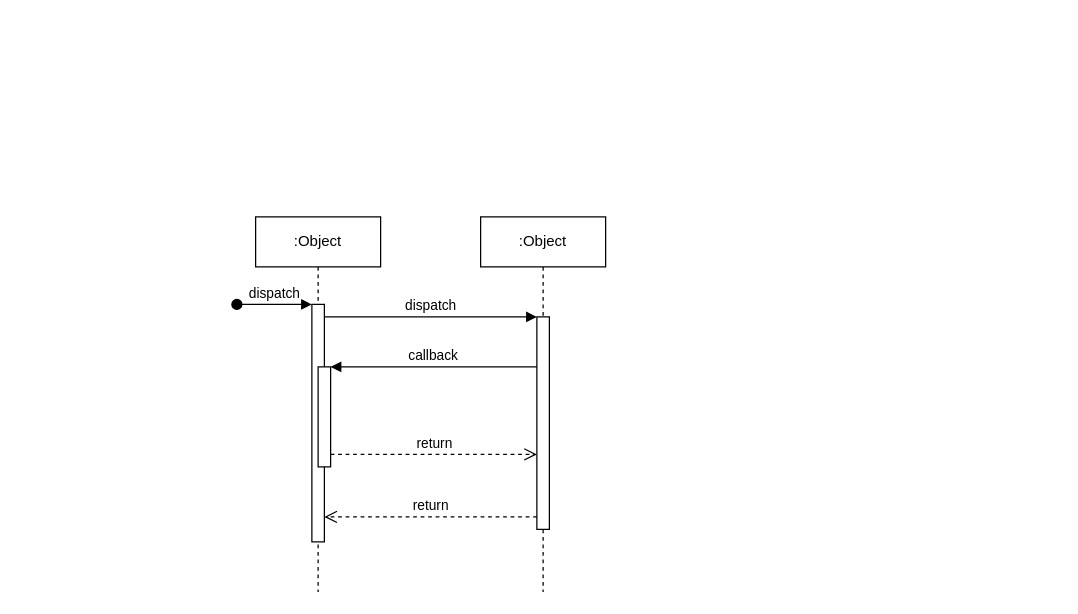
sunmiao0301/Public-Pic-Bed keeps this draw.io diagram as sequence.drawio. Above is the earlier version. Source tidied: cells renumbered, new cells numbered last; positions are measured from the earlier drawing's top-left corner, leaving out a move shared by most shapes. Both pictures are drawn from the tidied source at 125%, with x=0, y=0 at pixel (236, 216).
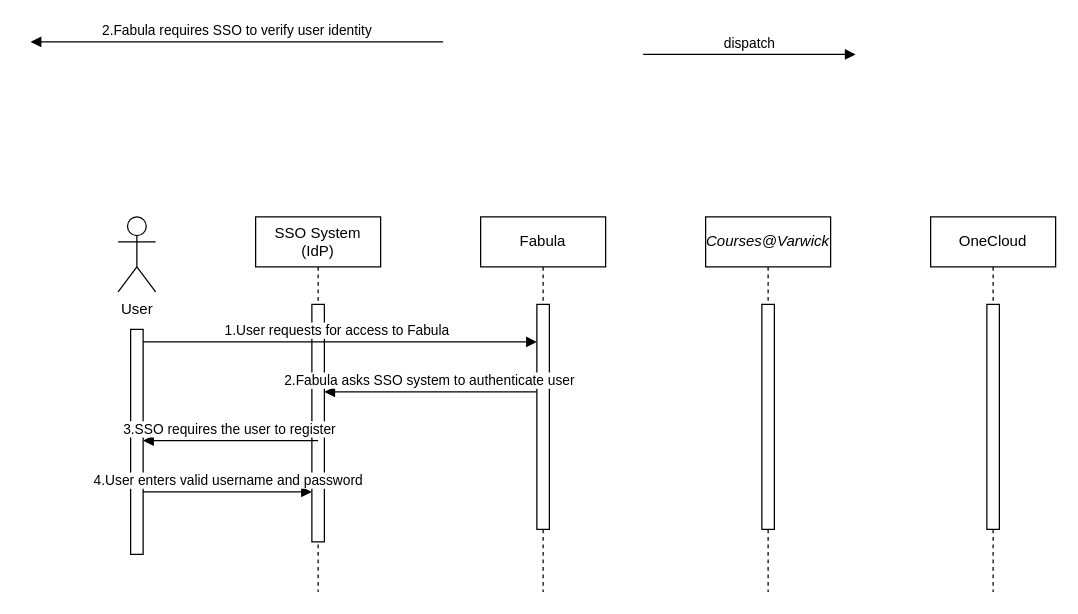
The same diagram, later.

Unchanged cells that the change refers to:
```xml
<mxCell id="3" style="html=1;points=[];perimeter=orthogonalPerimeter;outlineConnect=0;targetShapes=umlLifeline;portConstraint=eastwest;newEdgeStyle={&quot;edgeStyle&quot;:&quot;elbowEdgeStyle&quot;,&quot;elbow&quot;:&quot;vertical&quot;,&quot;curved&quot;:0,&quot;rounded&quot;:0};" parent="2" vertex="1">
  <mxGeometry x="45" y="70" width="10" height="190" as="geometry" />
</mxCell>
```

What changed in the source:
```diff
@@
-    <mxCell id="2" value=":Object" style="shape=umlLifeline;perimeter=lifelinePerimeter;whiteSpace=wrap;html=1;newEdgeStyle={&quot;edgeStyle&quot;:&quot;elbowEdgeStyle&quot;,&quot;elbow&quot;:&quot;vertical&quot;,&quot;curved&quot;:0,&quot;rounded&quot;:0};" parent="1" vertex="1">
+    <mxCell id="2" value="SSO System (IdP)" style="shape=umlLifeline;perimeter=lifelinePerimeter;whiteSpace=wrap;html=1;newEdgeStyle={&quot;edgeStyle&quot;:&quot;elbowEdgeStyle&quot;,&quot;elbow&quot;:&quot;vertical&quot;,&quot;curved&quot;:0,&quot;rounded&quot;:0};" parent="1" vertex="1">
       <mxGeometry x="15" width="100" height="300" as="geometry" />
     </mxCell>
@@
-    <mxCell id="4" value="dispatch" style="html=1;verticalAlign=bottom;startArrow=oval;endArrow=block;startSize=8;edgeStyle=elbowEdgeStyle;elbow=vertical;curved=0;rounded=0;" parent="2" edge="1" target="3">
-      <mxGeometry relative="1" as="geometry">
-        <mxPoint x="-15" y="70" as="sourcePoint" />
-      </mxGeometry>
-    </mxCell>
-    <mxCell id="5" style="html=1;points=[];perimeter=orthogonalPerimeter;outlineConnect=0;targetShapes=umlLifeline;portConstraint=eastwest;newEdgeStyle={&quot;edgeStyle&quot;:&quot;elbowEdgeStyle&quot;,&quot;elbow&quot;:&quot;vertical&quot;,&quot;curved&quot;:0,&quot;rounded&quot;:0};" parent="2" vertex="1">
-      <mxGeometry x="50" y="120" width="10" height="80" as="geometry" />
-    </mxCell>
-    <mxCell id="6" value=":Object" style="shape=umlLifeline;perimeter=lifelinePerimeter;whiteSpace=wrap;html=1;newEdgeStyle={&quot;edgeStyle&quot;:&quot;elbowEdgeStyle&quot;,&quot;elbow&quot;:&quot;vertical&quot;,&quot;curved&quot;:0,&quot;rounded&quot;:0};" parent="1" vertex="1">
+    <mxCell id="6" value="Fabula" style="shape=umlLifeline;perimeter=lifelinePerimeter;whiteSpace=wrap;html=1;newEdgeStyle={&quot;edgeStyle&quot;:&quot;elbowEdgeStyle&quot;,&quot;elbow&quot;:&quot;vertical&quot;,&quot;curved&quot;:0,&quot;rounded&quot;:0};" parent="1" vertex="1">
       <mxGeometry x="195" width="100" height="300" as="geometry" />
     </mxCell>
     <mxCell id="7" style="html=1;points=[];perimeter=orthogonalPerimeter;outlineConnect=0;targetShapes=umlLifeline;portConstraint=eastwest;newEdgeStyle={&quot;edgeStyle&quot;:&quot;elbowEdgeStyle&quot;,&quot;elbow&quot;:&quot;vertical&quot;,&quot;curved&quot;:0,&quot;rounded&quot;:0};" parent="6" vertex="1">
-      <mxGeometry x="45" y="80" width="10" height="170" as="geometry" />
+      <mxGeometry x="45" y="70" width="10" height="180" as="geometry" />
     </mxCell>
+    <mxCell id="10" value="2.Fabula asks SSO system to authenticate user" style="html=1;verticalAlign=bottom;endArrow=block;edgeStyle=elbowEdgeStyle;elbow=vertical;curved=0;rounded=0;" parent="1" edge="1" source="7" target="3">
+      <mxGeometry x="0.01" relative="1" as="geometry">
+        <Array as="points">
+          <mxPoint x="135" y="140" />
+          <mxPoint x="165" y="120" />
+        </Array>
+      </mxGeometry>
+    </mxCell>
+    <mxCell id="12" value="User" style="shape=umlActor;verticalLabelPosition=bottom;verticalAlign=top;html=1;" parent="1" vertex="1">
+      <mxGeometry x="-95" width="30" height="60" as="geometry" />
+    </mxCell>
-    <mxCell id="8" value="dispatch" style="html=1;verticalAlign=bottom;endArrow=block;edgeStyle=elbowEdgeStyle;elbow=vertical;curved=0;rounded=0;" parent="1" edge="1" source="3" target="7">
+    <mxCell id="8" value="dispatch" style="html=1;verticalAlign=bottom;endArrow=block;edgeStyle=elbowEdgeStyle;elbow=vertical;curved=0;rounded=0;" parent="1" edge="1">
       <mxGeometry relative="1" as="geometry">
+        <mxPoint x="325" y="-130" as="sourcePoint" />
+        <mxPoint x="495" y="-130" as="targetPoint" />
         <Array as="points">
-          <mxPoint x="155" y="80" />
+          <mxPoint x="410" y="-130" />
         </Array>
       </mxGeometry>
     </mxCell>
-    <mxCell id="9" value="return" style="html=1;verticalAlign=bottom;endArrow=open;dashed=1;endSize=8;edgeStyle=elbowEdgeStyle;elbow=vertical;curved=0;rounded=0;" parent="1" edge="1" source="7" target="3">
-      <mxGeometry relative="1" as="geometry">
-        <Array as="points">
-          <mxPoint x="165" y="240" />
-        </Array>
-      </mxGeometry>
-    </mxCell>
-    <mxCell id="10" value="callback" style="html=1;verticalAlign=bottom;endArrow=block;edgeStyle=elbowEdgeStyle;elbow=vertical;curved=0;rounded=0;" parent="1" edge="1" source="7" target="5">
-      <mxGeometry relative="1" as="geometry">
-        <Array as="points">
-          <mxPoint x="165" y="120" />
-        </Array>
-      </mxGeometry>
-    </mxCell>
-    <mxCell id="11" value="return" style="html=1;verticalAlign=bottom;endArrow=open;dashed=1;endSize=8;edgeStyle=elbowEdgeStyle;elbow=vertical;curved=0;rounded=0;" parent="1" edge="1" source="5" target="7">
-      <mxGeometry relative="1" as="geometry">
-        <Array as="points">
-          <mxPoint x="155" y="190" />
-        </Array>
-      </mxGeometry>
-    </mxCell>
+    <mxCell id="13" value="OneCloud" style="shape=umlLifeline;perimeter=lifelinePerimeter;whiteSpace=wrap;html=1;newEdgeStyle={&quot;edgeStyle&quot;:&quot;elbowEdgeStyle&quot;,&quot;elbow&quot;:&quot;vertical&quot;,&quot;curved&quot;:0,&quot;rounded&quot;:0};" parent="1" vertex="1">
+      <mxGeometry x="555" width="100" height="300" as="geometry" />
+    </mxCell>
+    <mxCell id="14" style="html=1;perimeter=orthogonalPerimeter;targetShapes=umlLifeline;newEdgeStyle={&quot;edgeStyle&quot;:&quot;elbowEdgeStyle&quot;,&quot;elbow&quot;:&quot;vertical&quot;,&quot;curved&quot;:0,&quot;rounded&quot;:0};" parent="13" vertex="1">
+      <mxGeometry x="45" y="70" width="10" height="180" as="geometry" />
+    </mxCell>
+    <mxCell id="15" value="&lt;i&gt;Courses@Varwick&lt;/i&gt;" style="shape=umlLifeline;perimeter=lifelinePerimeter;whiteSpace=wrap;html=1;newEdgeStyle={&quot;edgeStyle&quot;:&quot;elbowEdgeStyle&quot;,&quot;elbow&quot;:&quot;vertical&quot;,&quot;curved&quot;:0,&quot;rounded&quot;:0};" parent="1" vertex="1">
+      <mxGeometry x="375" width="100" height="300" as="geometry" />
+    </mxCell>
+    <mxCell id="16" style="html=1;perimeter=orthogonalPerimeter;targetShapes=umlLifeline;newEdgeStyle={&quot;edgeStyle&quot;:&quot;elbowEdgeStyle&quot;,&quot;elbow&quot;:&quot;vertical&quot;,&quot;curved&quot;:0,&quot;rounded&quot;:0};" parent="15" vertex="1">
+      <mxGeometry x="45" y="70" width="10" height="180" as="geometry" />
+    </mxCell>
+    <mxCell id="17" value="2.Fabula requires SSO to verify user identity" style="html=1;verticalAlign=bottom;endArrow=block;edgeStyle=elbowEdgeStyle;elbow=vertical;curved=0;rounded=0;" parent="1" edge="1">
+      <mxGeometry relative="1" as="geometry">
+        <mxPoint x="165" y="-140" as="sourcePoint" />
+        <mxPoint x="-165" y="-140" as="targetPoint" />
+        <Array as="points">
+          <mxPoint x="95" y="-140" />
+          <mxPoint x="-55" y="120" />
+        </Array>
+      </mxGeometry>
+    </mxCell>
+    <mxCell id="18" value="1.User requests for access to Fabula" style="html=1;verticalAlign=bottom;endArrow=block;edgeStyle=elbowEdgeStyle;elbow=vertical;curved=0;rounded=0;" parent="1" edge="1" target="7">
+      <mxGeometry relative="1" as="geometry">
+        <mxPoint x="-80" y="100" as="sourcePoint" />
+        <Array as="points">
+          <mxPoint x="15" y="100" />
+          <mxPoint x="50" y="79.6" />
+        </Array>
+      </mxGeometry>
+    </mxCell>
+    <mxCell id="19" style="html=1;perimeter=orthogonalPerimeter;targetShapes=umlLifeline;newEdgeStyle={&quot;edgeStyle&quot;:&quot;elbowEdgeStyle&quot;,&quot;elbow&quot;:&quot;vertical&quot;,&quot;curved&quot;:0,&quot;rounded&quot;:0};" parent="1" vertex="1">
+      <mxGeometry x="-85" y="90" width="10" height="180" as="geometry" />
+    </mxCell>
+    <mxCell id="20" value="3.SSO requires the user to register" style="html=1;verticalAlign=bottom;endArrow=block;edgeStyle=elbowEdgeStyle;elbow=vertical;curved=0;rounded=0;" parent="1" edge="1">
+      <mxGeometry x="0.01" relative="1" as="geometry">
+        <mxPoint x="65" y="179" as="sourcePoint" />
+        <mxPoint x="-75" y="179" as="targetPoint" />
+        <Array as="points">
+          <mxPoint x="55" y="179" />
+        </Array>
+      </mxGeometry>
+    </mxCell>
+    <mxCell id="21" value="4.User enters valid username and password" style="html=1;verticalAlign=bottom;endArrow=block;edgeStyle=elbowEdgeStyle;elbow=vertical;curved=0;rounded=0;" parent="1" edge="1" target="3">
+      <mxGeometry relative="1" as="geometry">
+        <mxPoint x="-75" y="220" as="sourcePoint" />
+        <Array as="points">
+          <mxPoint x="20" y="220" />
+          <mxPoint x="55" y="199.6" />
+        </Array>
+      </mxGeometry>
+    </mxCell>
```
